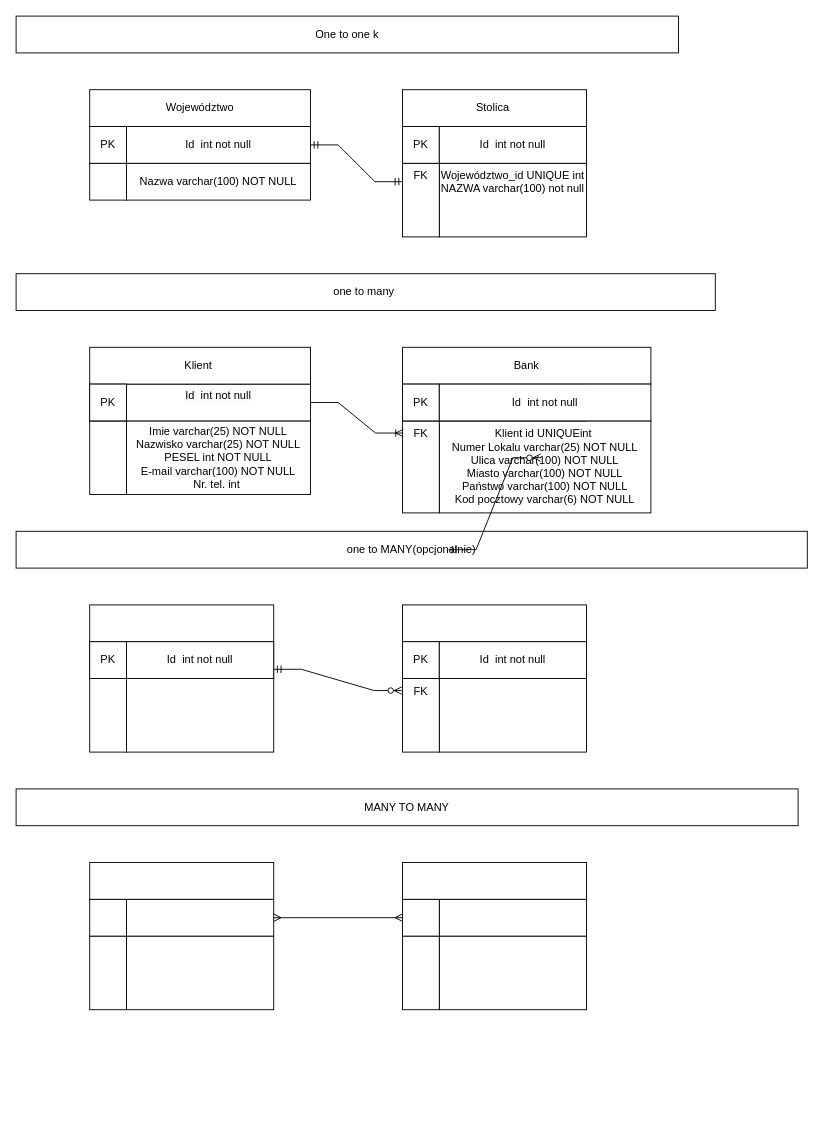
Earlier version of the draw.io diagram Diagram bez tytułu.drawio (DarkTemplar1/rbd_lab_tasks). Source tidied: cells renumbered, new cells numbered last; positions are measured from the earlier drawing's top-left corner, leaving out a move shared by most shapes. Both pictures are drawn from the tidied source at 92%, with x=0, y=0 at pixel (16, 16).
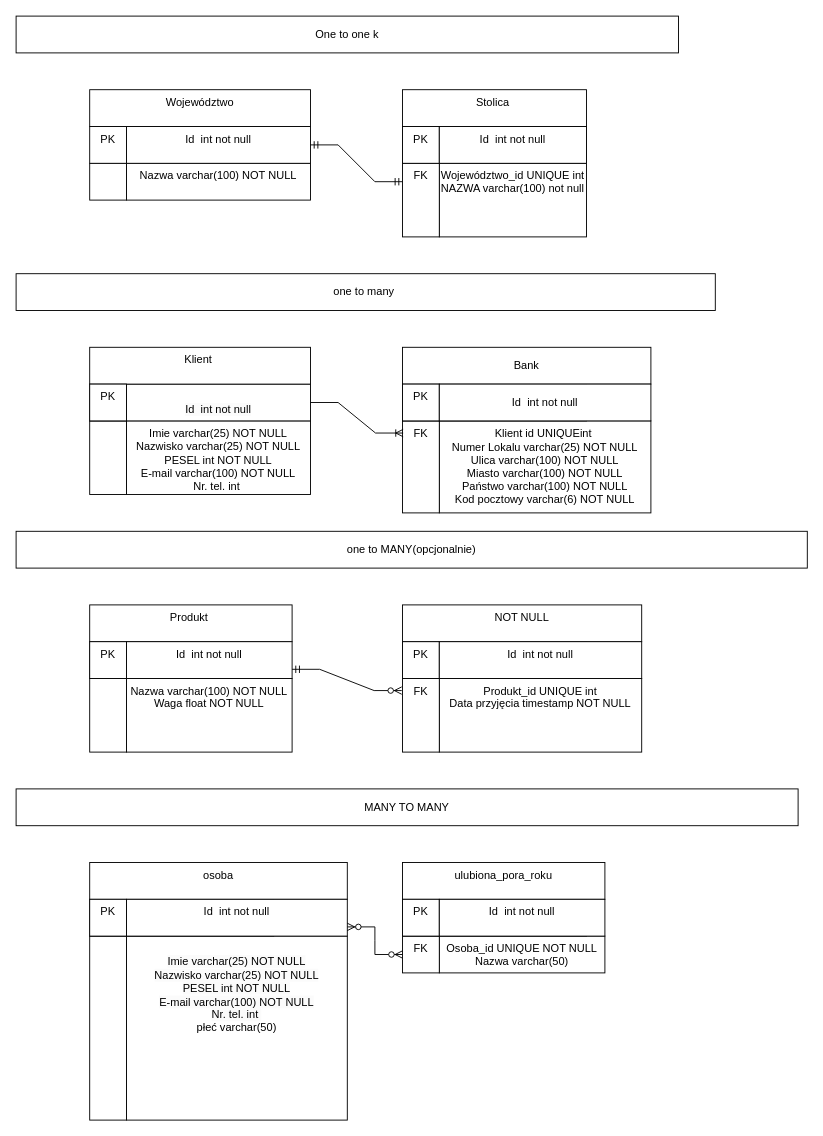
Above is the later version.

The change refers to these unchanged cells:
```xml
<mxCell id="8" value="FK" style="rounded=0;whiteSpace=wrap;html=1;verticalAlign=top;" parent="1" vertex="1">
  <mxGeometry x="420" y="160" width="40" height="80" as="geometry" />
</mxCell>
<mxCell id="19" value="FK" style="rounded=0;whiteSpace=wrap;html=1;verticalAlign=top;" parent="1" vertex="1">
  <mxGeometry x="420" y="440" width="40" height="100" as="geometry" />
</mxCell>
<mxCell id="30" value="FK" style="rounded=0;whiteSpace=wrap;html=1;verticalAlign=top;" parent="1" vertex="1">
  <mxGeometry x="420" y="720" width="40" height="80" as="geometry" />
</mxCell>
```

Diff of the diagram source:
```diff
@@
-    <mxCell id="2" value="Nazwa varchar(100) NOT NULL" style="rounded=0;whiteSpace=wrap;html=1;" parent="1" vertex="1">
+    <mxCell id="2" value="Nazwa varchar(100) NOT NULL" style="rounded=0;whiteSpace=wrap;html=1;verticalAlign=top;" parent="1" vertex="1">
       <mxGeometry x="120" y="160" width="200" height="40" as="geometry" />
     </mxCell>
-    <mxCell id="3" style="rounded=0;whiteSpace=wrap;html=1;" parent="1" vertex="1">
+    <mxCell id="3" style="rounded=0;whiteSpace=wrap;html=1;verticalAlign=top;" parent="1" vertex="1">
       <mxGeometry x="80" y="160" width="40" height="40" as="geometry" />
     </mxCell>
-    <mxCell id="4" value="Id&amp;nbsp; int not null" style="rounded=0;whiteSpace=wrap;html=1;" parent="1" vertex="1">
+    <mxCell id="4" value="Id&amp;nbsp; int not null" style="rounded=0;whiteSpace=wrap;html=1;verticalAlign=top;" parent="1" vertex="1">
       <mxGeometry x="120" y="120" width="200" height="40" as="geometry" />
     </mxCell>
-    <mxCell id="5" value="PK" style="rounded=0;whiteSpace=wrap;html=1;" parent="1" vertex="1">
+    <mxCell id="5" value="PK" style="rounded=0;whiteSpace=wrap;html=1;verticalAlign=top;" parent="1" vertex="1">
       <mxGeometry x="80" y="120" width="40" height="40" as="geometry" />
     </mxCell>
-    <mxCell id="6" value="Województwo" style="rounded=0;whiteSpace=wrap;html=1;" parent="1" vertex="1">
+    <mxCell id="6" value="Województwo" style="rounded=0;whiteSpace=wrap;html=1;verticalAlign=top;" parent="1" vertex="1">
       <mxGeometry x="80" y="80" width="240" height="40" as="geometry" />
     </mxCell>
@@
-    <mxCell id="9" style="rounded=0;whiteSpace=wrap;html=1;" parent="1" vertex="1">
+    <mxCell id="9" style="rounded=0;whiteSpace=wrap;html=1;verticalAlign=top;" parent="1" vertex="1">
       <mxGeometry x="460" y="120" width="160" height="40" as="geometry" />
     </mxCell>
-    <mxCell id="10" style="rounded=0;whiteSpace=wrap;html=1;" parent="1" vertex="1">
+    <mxCell id="10" style="rounded=0;whiteSpace=wrap;html=1;verticalAlign=top;" parent="1" vertex="1">
       <mxGeometry x="420" y="120" width="40" height="40" as="geometry" />
     </mxCell>
-    <mxCell id="11" value="Stolica&amp;nbsp;" style="rounded=0;whiteSpace=wrap;html=1;" parent="1" vertex="1">
+    <mxCell id="11" value="Stolica&amp;nbsp;" style="rounded=0;whiteSpace=wrap;html=1;verticalAlign=top;" parent="1" vertex="1">
       <mxGeometry x="420" y="80" width="200" height="40" as="geometry" />
     </mxCell>
@@
-    <mxCell id="13" value="Imie varchar(25) NOT NULL&lt;br&gt;Nazwisko varchar(25) NOT NULL&lt;br&gt;PESEL int NOT NULL&lt;br&gt;E-mail varchar(100) NOT NULL&lt;br&gt;Nr. tel. int&amp;nbsp;" style="rounded=0;whiteSpace=wrap;html=1;" parent="1" vertex="1">
+    <mxCell id="13" value="Imie varchar(25) NOT NULL&lt;br&gt;Nazwisko varchar(25) NOT NULL&lt;br&gt;PESEL int NOT NULL&lt;br&gt;E-mail varchar(100) NOT NULL&lt;br&gt;Nr. tel. int&amp;nbsp;" style="rounded=0;whiteSpace=wrap;html=1;verticalAlign=top;" parent="1" vertex="1">
       <mxGeometry x="120" y="440" width="200" height="80" as="geometry" />
     </mxCell>
-    <mxCell id="14" style="rounded=0;whiteSpace=wrap;html=1;" parent="1" vertex="1">
+    <mxCell id="14" style="rounded=0;whiteSpace=wrap;html=1;verticalAlign=top;" parent="1" vertex="1">
       <mxGeometry x="80" y="440" width="40" height="80" as="geometry" />
     </mxCell>
-    <mxCell id="15" value="&#10;&lt;span style=&quot;color: rgb(0, 0, 0); font-family: Helvetica; font-size: 12px; font-style: normal; font-variant-ligatures: normal; font-variant-caps: normal; font-weight: 400; letter-spacing: normal; orphans: 2; text-align: center; text-indent: 0px; text-transform: none; widows: 2; word-spacing: 0px; -webkit-text-stroke-width: 0px; background-color: rgb(251, 251, 251); text-decoration-thickness: initial; text-decoration-style: initial; text-decoration-color: initial; float: none; display: inline !important;&quot;&gt;Id&amp;nbsp; int not null&lt;/span&gt;&#10;&#10;" style="rounded=0;whiteSpace=wrap;html=1;" parent="1" vertex="1">
+    <mxCell id="15" value="&#10;&lt;span style=&quot;color: rgb(0, 0, 0); font-family: Helvetica; font-size: 12px; font-style: normal; font-variant-ligatures: normal; font-variant-caps: normal; font-weight: 400; letter-spacing: normal; orphans: 2; text-align: center; text-indent: 0px; text-transform: none; widows: 2; word-spacing: 0px; -webkit-text-stroke-width: 0px; background-color: rgb(251, 251, 251); text-decoration-thickness: initial; text-decoration-style: initial; text-decoration-color: initial; float: none; display: inline !important;&quot;&gt;Id&amp;nbsp; int not null&lt;/span&gt;&#10;&#10;" style="rounded=0;whiteSpace=wrap;html=1;verticalAlign=top;" parent="1" vertex="1">
       <mxGeometry x="120" y="400" width="200" height="40" as="geometry" />
     </mxCell>
-    <mxCell id="16" style="rounded=0;whiteSpace=wrap;html=1;" parent="1" vertex="1">
+    <mxCell id="16" style="rounded=0;whiteSpace=wrap;html=1;verticalAlign=top;" parent="1" vertex="1">
       <mxGeometry x="80" y="400" width="40" height="40" as="geometry" />
     </mxCell>
-    <mxCell id="17" value="Klient&amp;nbsp;" style="rounded=0;whiteSpace=wrap;html=1;" parent="1" vertex="1">
+    <mxCell id="17" value="Klient&amp;nbsp;" style="rounded=0;whiteSpace=wrap;html=1;verticalAlign=top;" parent="1" vertex="1">
       <mxGeometry x="80" y="360" width="240" height="40" as="geometry" />
     </mxCell>
@@
-    <mxCell id="20" style="rounded=0;whiteSpace=wrap;html=1;" parent="1" vertex="1">
+    <mxCell id="20" style="rounded=0;whiteSpace=wrap;html=1;verticalAlign=top;" parent="1" vertex="1">
       <mxGeometry x="460" y="400" width="160" height="40" as="geometry" />
     </mxCell>
-    <mxCell id="21" style="rounded=0;whiteSpace=wrap;html=1;" parent="1" vertex="1">
+    <mxCell id="21" style="rounded=0;whiteSpace=wrap;html=1;verticalAlign=top;" parent="1" vertex="1">
       <mxGeometry x="420" y="400" width="40" height="40" as="geometry" />
     </mxCell>
@@
-    <mxCell id="24" style="rounded=0;whiteSpace=wrap;html=1;" parent="1" vertex="1">
-      <mxGeometry x="120" y="720" width="160" height="80" as="geometry" />
+    <mxCell id="24" value="Nazwa varchar(100) NOT NULL&lt;br&gt;Waga float NOT NULL" style="rounded=0;whiteSpace=wrap;html=1;verticalAlign=top;" parent="1" vertex="1">
+      <mxGeometry x="120" y="720" width="180" height="80" as="geometry" />
     </mxCell>
-    <mxCell id="25" style="rounded=0;whiteSpace=wrap;html=1;" parent="1" vertex="1">
+    <mxCell id="25" style="rounded=0;whiteSpace=wrap;html=1;verticalAlign=top;" parent="1" vertex="1">
       <mxGeometry x="80" y="720" width="40" height="80" as="geometry" />
     </mxCell>
-    <mxCell id="26" style="rounded=0;whiteSpace=wrap;html=1;" parent="1" vertex="1">
+    <mxCell id="26" style="rounded=0;whiteSpace=wrap;html=1;verticalAlign=top;" parent="1" vertex="1">
       <mxGeometry x="120" y="680" width="160" height="40" as="geometry" />
     </mxCell>
-    <mxCell id="27" style="rounded=0;whiteSpace=wrap;html=1;" parent="1" vertex="1">
+    <mxCell id="27" style="rounded=0;whiteSpace=wrap;html=1;verticalAlign=top;" parent="1" vertex="1">
       <mxGeometry x="80" y="680" width="40" height="40" as="geometry" />
     </mxCell>
-    <mxCell id="28" style="rounded=0;whiteSpace=wrap;html=1;" parent="1" vertex="1">
-      <mxGeometry x="80" y="640" width="200" height="40" as="geometry" />
+    <mxCell id="28" value="Produkt&amp;nbsp;" style="rounded=0;whiteSpace=wrap;html=1;verticalAlign=top;" parent="1" vertex="1">
+      <mxGeometry x="80" y="640" width="220" height="40" as="geometry" />
     </mxCell>
-    <mxCell id="29" style="rounded=0;whiteSpace=wrap;html=1;" parent="1" vertex="1">
-      <mxGeometry x="460" y="720" width="160" height="80" as="geometry" />
+    <mxCell id="29" value="Produkt_id UNIQUE int&lt;br&gt;Data przyjęcia timestamp NOT NULL" style="rounded=0;whiteSpace=wrap;html=1;verticalAlign=top;" parent="1" vertex="1">
+      <mxGeometry x="460" y="720" width="220" height="80" as="geometry" />
     </mxCell>
@@
-    <mxCell id="31" style="rounded=0;whiteSpace=wrap;html=1;" parent="1" vertex="1">
+    <mxCell id="31" style="rounded=0;whiteSpace=wrap;html=1;verticalAlign=top;" parent="1" vertex="1">
       <mxGeometry x="460" y="680" width="160" height="40" as="geometry" />
     </mxCell>
-    <mxCell id="32" style="rounded=0;whiteSpace=wrap;html=1;" parent="1" vertex="1">
+    <mxCell id="32" style="rounded=0;whiteSpace=wrap;html=1;verticalAlign=top;" parent="1" vertex="1">
       <mxGeometry x="420" y="680" width="40" height="40" as="geometry" />
     </mxCell>
-    <mxCell id="33" style="rounded=0;whiteSpace=wrap;html=1;" parent="1" vertex="1">
-      <mxGeometry x="420" y="640" width="200" height="40" as="geometry" />
+    <mxCell id="33" value="NOT NULL" style="rounded=0;whiteSpace=wrap;html=1;verticalAlign=top;" parent="1" vertex="1">
+      <mxGeometry x="420" y="640" width="260" height="40" as="geometry" />
     </mxCell>
-    <mxCell id="34" style="rounded=0;whiteSpace=wrap;html=1;" parent="1" vertex="1">
-      <mxGeometry x="120" y="1000" width="160" height="80" as="geometry" />
+    <mxCell id="34" value="&lt;br&gt;&lt;span style=&quot;color: rgb(0, 0, 0); font-family: Helvetica; font-size: 12px; font-style: normal; font-variant-ligatures: normal; font-variant-caps: normal; font-weight: 400; letter-spacing: normal; orphans: 2; text-align: center; text-indent: 0px; text-transform: none; widows: 2; word-spacing: 0px; -webkit-text-stroke-width: 0px; background-color: rgb(251, 251, 251); text-decoration-thickness: initial; text-decoration-style: initial; text-decoration-color: initial; float: none; display: inline !important;&quot;&gt;Imie varchar(25) NOT NULL&lt;/span&gt;&lt;br style=&quot;border-color: var(--border-color); color: rgb(0, 0, 0); font-family: Helvetica; font-size: 12px; font-style: normal; font-variant-ligatures: normal; font-variant-caps: normal; font-weight: 400; letter-spacing: normal; orphans: 2; text-align: center; text-indent: 0px; text-transform: none; widows: 2; word-spacing: 0px; -webkit-text-stroke-width: 0px; background-color: rgb(251, 251, 251); text-decoration-thickness: initial; text-decoration-style: initial; text-decoration-color: initial;&quot;&gt;&lt;span style=&quot;color: rgb(0, 0, 0); font-family: Helvetica; font-size: 12px; font-style: normal; font-variant-ligatures: normal; font-variant-caps: normal; font-weight: 400; letter-spacing: normal; orphans: 2; text-align: center; text-indent: 0px; text-transform: none; widows: 2; word-spacing: 0px; -webkit-text-stroke-width: 0px; background-color: rgb(251, 251, 251); text-decoration-thickness: initial; text-decoration-style: initial; text-decoration-color: initial; float: none; display: inline !important;&quot;&gt;Nazwisko varchar(25) NOT NULL&lt;/span&gt;&lt;br style=&quot;border-color: var(--border-color); color: rgb(0, 0, 0); font-family: Helvetica; font-size: 12px; font-style: normal; font-variant-ligatures: normal; font-variant-caps: normal; font-weight: 400; letter-spacing: normal; orphans: 2; text-align: center; text-indent: 0px; text-transform: none; widows: 2; word-spacing: 0px; -webkit-text-stroke-width: 0px; background-color: rgb(251, 251, 251); text-decoration-thickness: initial; text-decoration-style: initial; text-decoration-color: initial;&quot;&gt;&lt;span style=&quot;color: rgb(0, 0, 0); font-family: Helvetica; font-size: 12px; font-style: normal; font-variant-ligatures: normal; font-variant-caps: normal; font-weight: 400; letter-spacing: normal; orphans: 2; text-align: center; text-indent: 0px; text-transform: none; widows: 2; word-spacing: 0px; -webkit-text-stroke-width: 0px; background-color: rgb(251, 251, 251); text-decoration-thickness: initial; text-decoration-style: initial; text-decoration-color: initial; float: none; display: inline !important;&quot;&gt;PESEL int NOT NULL&lt;/span&gt;&lt;br style=&quot;border-color: var(--border-color); color: rgb(0, 0, 0); font-family: Helvetica; font-size: 12px; font-style: normal; font-variant-ligatures: normal; font-variant-caps: normal; font-weight: 400; letter-spacing: normal; orphans: 2; text-align: center; text-indent: 0px; text-transform: none; widows: 2; word-spacing: 0px; -webkit-text-stroke-width: 0px; background-color: rgb(251, 251, 251); text-decoration-thickness: initial; text-decoration-style: initial; text-decoration-color: initial;&quot;&gt;&lt;span style=&quot;color: rgb(0, 0, 0); font-family: Helvetica; font-size: 12px; font-style: normal; font-variant-ligatures: normal; font-variant-caps: normal; font-weight: 400; letter-spacing: normal; orphans: 2; text-align: center; text-indent: 0px; text-transform: none; widows: 2; word-spacing: 0px; -webkit-text-stroke-width: 0px; background-color: rgb(251, 251, 251); text-decoration-thickness: initial; text-decoration-style: initial; text-decoration-color: initial; float: none; display: inline !important;&quot;&gt;E-mail varchar(100) NOT NULL&lt;/span&gt;&lt;br style=&quot;border-color: var(--border-color); color: rgb(0, 0, 0); font-family: Helvetica; font-size: 12px; font-style: normal; font-variant-ligatures: normal; font-variant-caps: normal; font-weight: 400; letter-spacing: normal; orphans: 2; text-align: center; text-indent: 0px; text-transform: none; widows: 2; word-spacing: 0px; -webkit-text-stroke-width: 0px; background-color: rgb(251, 251, 251); text-decoration-thickness: initial; text-decoration-style: initial; text-decoration-color: initial;&quot;&gt;&lt;span style=&quot;color: rgb(0, 0, 0); font-family: Helvetica; font-size: 12px; font-style: normal; font-variant-ligatures: normal; font-variant-caps: normal; font-weight: 400; letter-spacing: normal; orphans: 2; text-align: center; text-indent: 0px; text-transform: none; widows: 2; word-spacing: 0px; -webkit-text-stroke-width: 0px; background-color: rgb(251, 251, 251); text-decoration-thickness: initial; text-decoration-style: initial; text-decoration-color: initial; float: none; display: inline !important;&quot;&gt;Nr. tel. int&amp;nbsp;&lt;/span&gt;&lt;br&gt;płeć varchar(50)" style="rounded=0;whiteSpace=wrap;html=1;verticalAlign=top;" parent="1" vertex="1">
+      <mxGeometry x="120" y="1000" width="240" height="200" as="geometry" />
     </mxCell>
-    <mxCell id="35" style="rounded=0;whiteSpace=wrap;html=1;" parent="1" vertex="1">
-      <mxGeometry x="80" y="1000" width="40" height="80" as="geometry" />
+    <mxCell id="35" style="rounded=0;whiteSpace=wrap;html=1;verticalAlign=top;" parent="1" vertex="1">
+      <mxGeometry x="80" y="1000" width="40" height="200" as="geometry" />
     </mxCell>
-    <mxCell id="36" style="rounded=0;whiteSpace=wrap;html=1;" parent="1" vertex="1">
+    <mxCell id="36" style="rounded=0;whiteSpace=wrap;html=1;verticalAlign=top;" parent="1" vertex="1">
       <mxGeometry x="120" y="960" width="160" height="40" as="geometry" />
     </mxCell>
-    <mxCell id="37" style="rounded=0;whiteSpace=wrap;html=1;" parent="1" vertex="1">
+    <mxCell id="37" style="rounded=0;whiteSpace=wrap;html=1;verticalAlign=top;" parent="1" vertex="1">
       <mxGeometry x="80" y="960" width="40" height="40" as="geometry" />
     </mxCell>
-    <mxCell id="38" style="rounded=0;whiteSpace=wrap;html=1;" parent="1" vertex="1">
-      <mxGeometry x="80" y="920" width="200" height="40" as="geometry" />
+    <mxCell id="38" value="osoba" style="rounded=0;whiteSpace=wrap;html=1;verticalAlign=top;" parent="1" vertex="1">
+      <mxGeometry x="80" y="920" width="280" height="40" as="geometry" />
     </mxCell>
-    <mxCell id="39" style="rounded=0;whiteSpace=wrap;html=1;" parent="1" vertex="1">
-      <mxGeometry x="460" y="1000" width="160" height="80" as="geometry" />
+    <mxCell id="39" value="Osoba_id UNIQUE NOT NULL&lt;br&gt;Nazwa varchar(50)" style="rounded=0;whiteSpace=wrap;html=1;verticalAlign=top;" parent="1" vertex="1">
+      <mxGeometry x="460" y="1000" width="180" height="40" as="geometry" />
     </mxCell>
-    <mxCell id="40" style="rounded=0;whiteSpace=wrap;html=1;" parent="1" vertex="1">
-      <mxGeometry x="420" y="1000" width="40" height="80" as="geometry" />
+    <mxCell id="40" value="FK&lt;br&gt;" style="rounded=0;whiteSpace=wrap;html=1;verticalAlign=top;" parent="1" vertex="1">
+      <mxGeometry x="420" y="1000" width="40" height="40" as="geometry" />
     </mxCell>
-    <mxCell id="41" style="rounded=0;whiteSpace=wrap;html=1;" parent="1" vertex="1">
+    <mxCell id="41" style="rounded=0;whiteSpace=wrap;html=1;verticalAlign=top;" parent="1" vertex="1">
       <mxGeometry x="460" y="960" width="160" height="40" as="geometry" />
     </mxCell>
-    <mxCell id="42" style="rounded=0;whiteSpace=wrap;html=1;" parent="1" vertex="1">
+    <mxCell id="42" style="rounded=0;whiteSpace=wrap;html=1;verticalAlign=top;" parent="1" vertex="1">
       <mxGeometry x="420" y="960" width="40" height="40" as="geometry" />
     </mxCell>
-    <mxCell id="43" style="rounded=0;whiteSpace=wrap;html=1;" parent="1" vertex="1">
-      <mxGeometry x="420" y="920" width="200" height="40" as="geometry" />
+    <mxCell id="43" value="ulubiona_pora_roku" style="rounded=0;whiteSpace=wrap;html=1;verticalAlign=top;" parent="1" vertex="1">
+      <mxGeometry x="420" y="920" width="220" height="40" as="geometry" />
     </mxCell>
@@
-    <mxCell id="46" value="PK" style="rounded=0;whiteSpace=wrap;html=1;" parent="1" vertex="1">
+    <mxCell id="46" value="PK" style="rounded=0;whiteSpace=wrap;html=1;verticalAlign=top;" parent="1" vertex="1">
       <mxGeometry x="420" y="120" width="40" height="40" as="geometry" />
     </mxCell>
-    <mxCell id="47" value="Id&amp;nbsp; int not null" style="rounded=0;whiteSpace=wrap;html=1;" parent="1" vertex="1">
+    <mxCell id="47" value="Id&amp;nbsp; int not null" style="rounded=0;whiteSpace=wrap;html=1;verticalAlign=top;" parent="1" vertex="1">
       <mxGeometry x="460" y="120" width="160" height="40" as="geometry" />
     </mxCell>
-    <mxCell id="48" style="edgeStyle=entityRelationEdgeStyle;fontSize=12;html=1;endArrow=ERmandOne;startArrow=ERmandOne;rounded=0;entryX=0;entryY=0.25;entryDx=0;entryDy=0;" parent="1" edge="1" target="8">
+    <mxCell id="48" style="edgeStyle=entityRelationEdgeStyle;fontSize=12;html=1;endArrow=ERmandOne;startArrow=ERmandOne;rounded=0;entryX=0;entryY=0.25;entryDx=0;entryDy=0;verticalAlign=top;" parent="1" edge="1" target="8">
       <mxGeometry relative="1" as="geometry">
         <mxPoint x="320" y="140" as="sourcePoint" />
       </mxGeometry>
     </mxCell>
-    <mxCell id="49" style="edgeStyle=entityRelationEdgeStyle;fontSize=12;html=1;endArrow=ERoneToMany;rounded=0;exitX=1;exitY=0.5;exitDx=0;exitDy=0;entryX=0.017;entryY=0.132;entryDx=0;entryDy=0;entryPerimeter=0;" parent="1" edge="1" source="15" target="19">
+    <mxCell id="49" style="edgeStyle=entityRelationEdgeStyle;fontSize=12;html=1;endArrow=ERoneToMany;rounded=0;exitX=1;exitY=0.5;exitDx=0;exitDy=0;entryX=0.017;entryY=0.132;entryDx=0;entryDy=0;entryPerimeter=0;verticalAlign=top;" parent="1" edge="1" source="15" target="19">
       <mxGeometry relative="1" as="geometry" />
     </mxCell>
-    <mxCell id="50" value="PK" style="rounded=0;whiteSpace=wrap;html=1;" parent="1" vertex="1">
+    <mxCell id="50" value="PK" style="rounded=0;whiteSpace=wrap;html=1;verticalAlign=top;" parent="1" vertex="1">
       <mxGeometry x="420" y="400" width="40" height="40" as="geometry" />
     </mxCell>
-    <mxCell id="51" value="PK" style="rounded=0;whiteSpace=wrap;html=1;" parent="1" vertex="1">
+    <mxCell id="51" value="PK" style="rounded=0;whiteSpace=wrap;html=1;verticalAlign=top;" parent="1" vertex="1">
       <mxGeometry x="80" y="400" width="40" height="40" as="geometry" />
     </mxCell>
-    <mxCell id="52" value="Id&amp;nbsp; int not null" style="rounded=0;whiteSpace=wrap;html=1;" parent="1" vertex="1">
-      <mxGeometry x="120" y="680" width="160" height="40" as="geometry" />
+    <mxCell id="52" value="Id&amp;nbsp; int not null" style="rounded=0;whiteSpace=wrap;html=1;verticalAlign=top;" parent="1" vertex="1">
+      <mxGeometry x="120" y="680" width="180" height="40" as="geometry" />
     </mxCell>
@@
-    <mxCell id="54" style="edgeStyle=entityRelationEdgeStyle;fontSize=12;html=1;endArrow=ERmany;startArrow=ERmany;rounded=0;entryX=0;entryY=0.5;entryDx=0;entryDy=0;exitX=1;exitY=0.5;exitDx=0;exitDy=0;" parent="1" edge="1" source="36" target="42">
-      <mxGeometry relative="1" as="geometry" />
-    </mxCell>
-    <mxCell id="55" value="PK" style="rounded=0;whiteSpace=wrap;html=1;" parent="1" vertex="1">
+    <mxCell id="55" value="PK" style="rounded=0;whiteSpace=wrap;html=1;verticalAlign=top;" parent="1" vertex="1">
       <mxGeometry x="80" y="680" width="40" height="40" as="geometry" />
     </mxCell>
-    <mxCell id="56" value="PK" style="rounded=0;whiteSpace=wrap;html=1;" parent="1" vertex="1">
+    <mxCell id="56" value="PK" style="rounded=0;whiteSpace=wrap;html=1;verticalAlign=top;" parent="1" vertex="1">
       <mxGeometry x="420" y="680" width="40" height="40" as="geometry" />
     </mxCell>
-    <mxCell id="57" value="Id&amp;nbsp; int not null" style="rounded=0;whiteSpace=wrap;html=1;" parent="1" vertex="1">
-      <mxGeometry x="460" y="680" width="160" height="40" as="geometry" />
+    <mxCell id="57" value="Id&amp;nbsp; int not null" style="rounded=0;whiteSpace=wrap;html=1;verticalAlign=top;" parent="1" vertex="1">
+      <mxGeometry x="460" y="680" width="220" height="40" as="geometry" />
     </mxCell>
-    <mxCell id="58" style="edgeStyle=entityRelationEdgeStyle;fontSize=12;html=1;endArrow=ERzeroToMany;startArrow=ERmandOne;rounded=0;" parent="1" edge="1">
-      <mxGeometry relative="1" as="geometry">
-        <mxPoint x="470" y="580" as="sourcePoint" />
-        <mxPoint x="570" y="480" as="targetPoint" />
-      </mxGeometry>
-    </mxCell>
-    <mxCell id="59" style="edgeStyle=entityRelationEdgeStyle;fontSize=12;html=1;endArrow=ERzeroToMany;startArrow=ERmandOne;rounded=0;entryX=-0.021;entryY=0.164;entryDx=0;entryDy=0;entryPerimeter=0;exitX=1;exitY=0.75;exitDx=0;exitDy=0;" parent="1" edge="1" source="52" target="30">
+    <mxCell id="59" style="edgeStyle=entityRelationEdgeStyle;fontSize=12;html=1;endArrow=ERzeroToMany;startArrow=ERmandOne;rounded=0;entryX=-0.021;entryY=0.164;entryDx=0;entryDy=0;entryPerimeter=0;exitX=1;exitY=0.75;exitDx=0;exitDy=0;verticalAlign=top;" parent="1" edge="1" source="52" target="30">
       <mxGeometry relative="1" as="geometry" />
     </mxCell>
+    <mxCell id="60" value="PK" style="rounded=0;whiteSpace=wrap;html=1;verticalAlign=top;" parent="1" vertex="1">
+      <mxGeometry x="420" y="960" width="40" height="40" as="geometry" />
+    </mxCell>
+    <mxCell id="61" value="Id&amp;nbsp; int not null" style="rounded=0;whiteSpace=wrap;html=1;verticalAlign=top;" parent="1" vertex="1">
+      <mxGeometry x="460" y="960" width="180" height="40" as="geometry" />
+    </mxCell>
+    <mxCell id="62" value="Id&amp;nbsp; int not null" style="rounded=0;whiteSpace=wrap;html=1;verticalAlign=top;" parent="1" vertex="1">
+      <mxGeometry x="120" y="960" width="240" height="40" as="geometry" />
+    </mxCell>
+    <mxCell id="63" value="PK" style="rounded=0;whiteSpace=wrap;html=1;verticalAlign=top;" parent="1" vertex="1">
+      <mxGeometry x="80" y="960" width="40" height="40" as="geometry" />
+    </mxCell>
+    <mxCell id="64" style="edgeStyle=entityRelationEdgeStyle;fontSize=12;html=1;endArrow=ERzeroToMany;endFill=1;startArrow=ERzeroToMany;rounded=0;exitX=1;exitY=0.75;exitDx=0;exitDy=0;" parent="1" edge="1" source="62">
+      <mxGeometry relative="1" as="geometry">
+        <mxPoint x="420" y="1020" as="targetPoint" />
+      </mxGeometry>
+    </mxCell>
```
